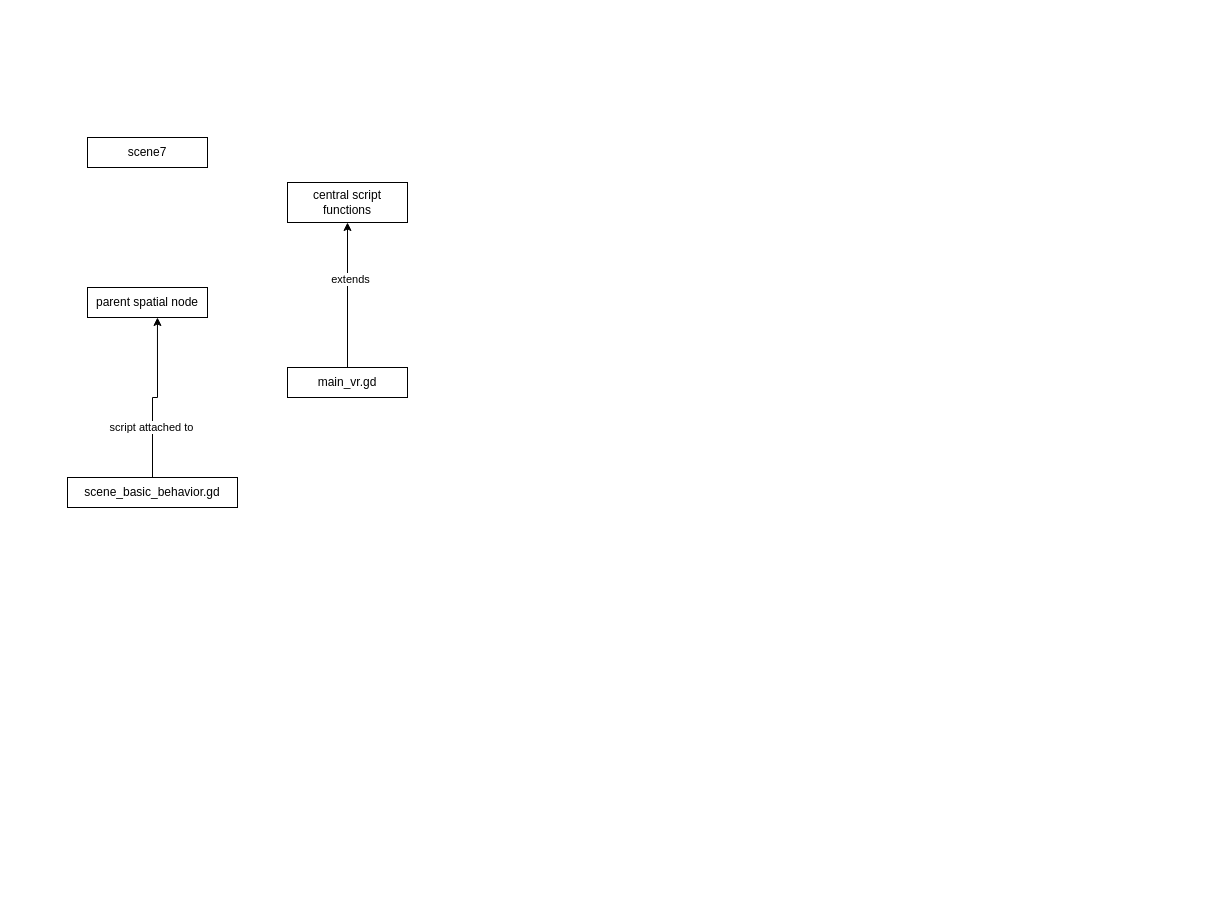
Earlier version of the draw.io diagram diagrams/phyto_vr_components_relationship.drawio (DevinBayly/diagrams-net). Source tidied: cells renumbered, new cells numbered last; positions are measured from the earlier drawing's top-left corner, leaving out a move shared by most shapes. Both pictures are drawn from the tidied source at 100%, with x=0, y=0 at pixel (67, 137).
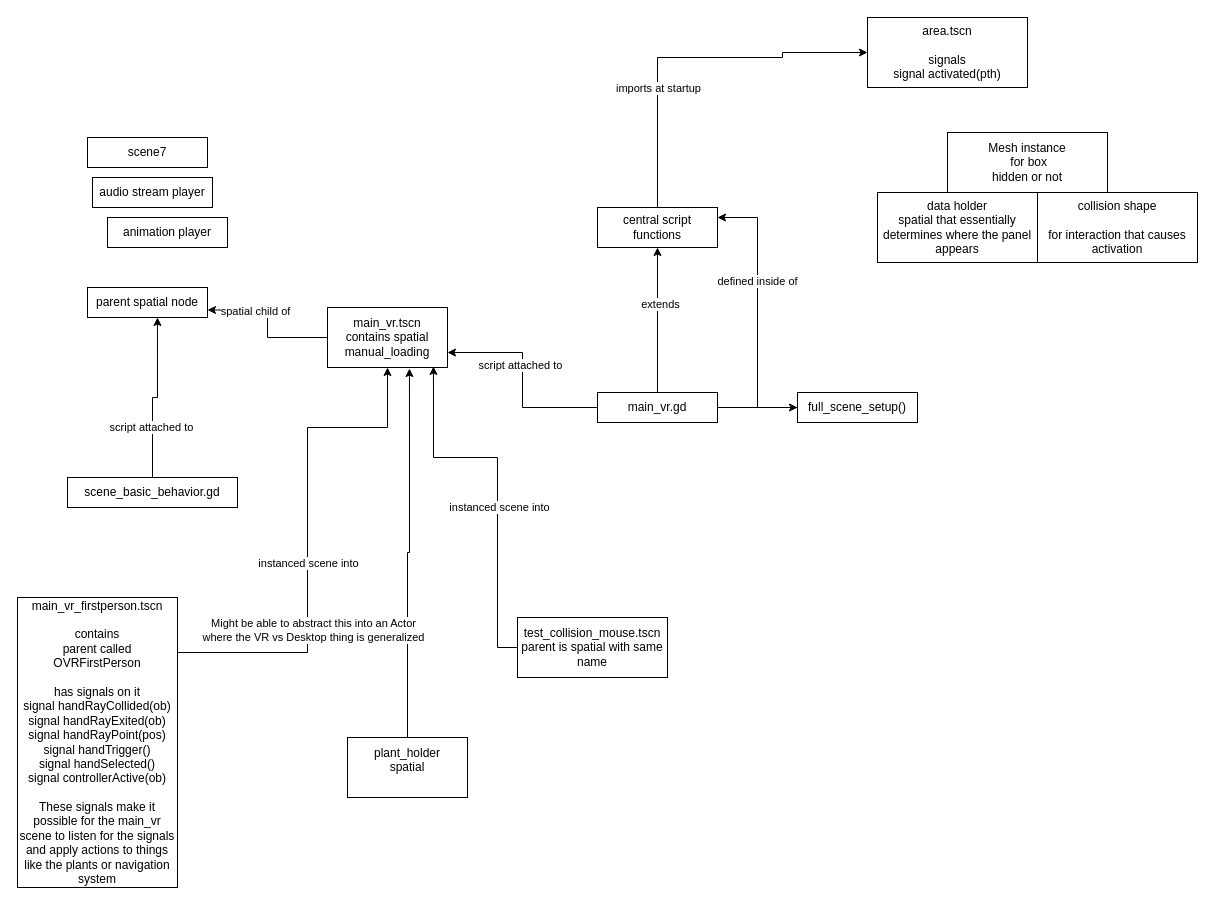
The same page after the edit.

Unchanged cells that the change refers to:
```xml
<mxCell id="2" value="parent spatial node" style="rounded=0;whiteSpace=wrap;html=1;fixedWidth=1;" parent="1" vertex="1">
  <mxGeometry x="20" y="150" width="120" height="30" as="geometry" />
</mxCell>
```

What changed in the source:
```diff
@@
+    <mxCell id="12" style="edgeStyle=orthogonalEdgeStyle;rounded=0;jettySize=auto;html=1;entryX=0;entryY=0.5;entryDx=0;entryDy=0;" parent="1" edge="1" source="3" target="34">
+      <mxGeometry relative="1" as="geometry">
+        <Array as="points">
+          <mxPoint x="590" y="-80" />
+          <mxPoint x="715" y="-80" />
+          <mxPoint x="715" y="-85" />
+        </Array>
+      </mxGeometry>
+    </mxCell>
+    <mxCell id="13" value="imports at startup" style="edgeLabel;html=1;align=center;verticalAlign=middle;" parent="12" vertex="1">
+      <mxGeometry x="-0.34" relative="1" as="geometry" />
+    </mxCell>
     <mxCell id="3" value="central script functions" style="rounded=0;whiteSpace=wrap;html=1;fixedWidth=1;" parent="1" vertex="1">
-      <mxGeometry x="220" y="45" width="120" height="40" as="geometry" />
+      <mxGeometry x="530" y="70" width="120" height="40" as="geometry" />
     </mxCell>
@@
+    <mxCell id="14" style="edgeStyle=orthogonalEdgeStyle;rounded=0;jettySize=auto;html=1;" parent="1" edge="1" source="6" target="21">
+      <mxGeometry relative="1" as="geometry" />
+    </mxCell>
+    <mxCell id="15" style="edgeStyle=orthogonalEdgeStyle;rounded=0;jettySize=auto;html=1;entryX=1;entryY=0.75;entryDx=0;entryDy=0;" parent="1" edge="1" source="6" target="24">
+      <mxGeometry relative="1" as="geometry" />
+    </mxCell>
+    <mxCell id="16" value="script attached to" style="edgeLabel;html=1;align=center;verticalAlign=middle;" parent="15" vertex="1">
+      <mxGeometry x="0.15" y="3" relative="1" as="geometry" />
+    </mxCell>
     <mxCell id="6" value="main_vr.gd" style="rounded=0;whiteSpace=wrap;html=1;fixedWidth=1;" parent="1" vertex="1">
-      <mxGeometry x="220" y="230" width="120" height="30" as="geometry" />
+      <mxGeometry x="530" y="255" width="120" height="30" as="geometry" />
     </mxCell>
@@
+    <mxCell id="17" value="audio stream player" style="rounded=0;whiteSpace=wrap;html=1;fixedWidth=1;" parent="1" vertex="1">
+      <mxGeometry x="25" y="40" width="120" height="30" as="geometry" />
+    </mxCell>
+    <mxCell id="18" value="animation player" style="rounded=0;whiteSpace=wrap;html=1;fixedWidth=1;" parent="1" vertex="1">
+      <mxGeometry x="40" y="80" width="120" height="30" as="geometry" />
+    </mxCell>
+    <mxCell id="19" style="edgeStyle=orthogonalEdgeStyle;rounded=0;jettySize=auto;html=1;entryX=1;entryY=0.25;entryDx=0;entryDy=0;" parent="1" edge="1" source="21" target="3">
+      <mxGeometry relative="1" as="geometry" />
+    </mxCell>
+    <mxCell id="20" value="defined inside of" style="edgeLabel;html=1;align=center;verticalAlign=middle;" parent="19" vertex="1">
+      <mxGeometry x="0.24" y="1" relative="1" as="geometry" />
+    </mxCell>
+    <mxCell id="21" value="full_scene_setup()" style="rounded=0;whiteSpace=wrap;html=1;fixedWidth=1;" parent="1" vertex="1">
+      <mxGeometry x="730" y="255" width="120" height="30" as="geometry" />
+    </mxCell>
+    <mxCell id="22" style="edgeStyle=orthogonalEdgeStyle;rounded=0;jettySize=auto;html=1;entryX=1;entryY=0.75;entryDx=0;entryDy=0;" parent="1" edge="1" source="24" target="2">
+      <mxGeometry relative="1" as="geometry" />
+    </mxCell>
+    <mxCell id="23" value="spatial child of" style="edgeLabel;html=1;align=center;verticalAlign=middle;" parent="22" vertex="1">
+      <mxGeometry x="0.36" y="1" relative="1" as="geometry" />
+    </mxCell>
+    <mxCell id="24" value="&lt;div&gt;main_vr.tscn &lt;br&gt;&lt;/div&gt;&lt;div&gt;contains spatial manual_loading&lt;/div&gt;" style="rounded=0;whiteSpace=wrap;html=1;fixedWidth=1;" parent="1" vertex="1">
+      <mxGeometry x="260" y="170" width="120" height="60" as="geometry" />
+    </mxCell>
+    <mxCell id="25" style="edgeStyle=orthogonalEdgeStyle;rounded=0;jettySize=auto;html=1;entryX=0.683;entryY=1.017;entryDx=0;entryDy=0;entryPerimeter=0;" parent="1" edge="1" source="26" target="24">
+      <mxGeometry relative="1" as="geometry" />
+    </mxCell>
+    <mxCell id="26" value="&lt;div&gt;plant_holder&lt;/div&gt;&lt;div&gt;spatial&lt;/div&gt;&lt;div&gt;&lt;br&gt;&lt;/div&gt;" style="rounded=0;whiteSpace=wrap;html=1;fixedWidth=1;" parent="1" vertex="1">
+      <mxGeometry x="280" y="600" width="120" height="60" as="geometry" />
+    </mxCell>
+    <mxCell id="27" style="edgeStyle=orthogonalEdgeStyle;rounded=0;jettySize=auto;html=1;" parent="1" edge="1" source="30" target="24">
+      <mxGeometry relative="1" as="geometry">
+        <Array as="points">
+          <mxPoint x="240" y="515" />
+          <mxPoint x="240" y="290" />
+          <mxPoint x="320" y="290" />
+        </Array>
+      </mxGeometry>
+    </mxCell>
+    <mxCell id="28" value="instanced scene into" style="edgeLabel;html=1;align=center;verticalAlign=middle;" parent="27" vertex="1">
+      <mxGeometry x="-0.11" relative="1" as="geometry" />
+    </mxCell>
+    <mxCell id="29" value="&lt;div&gt;Might be able to abstract this into an Actor &lt;br&gt;&lt;/div&gt;&lt;div&gt;where the VR vs Desktop thing is generalized&lt;br&gt;&lt;/div&gt;" style="edgeLabel;html=1;align=center;verticalAlign=middle;" parent="27" vertex="1">
+      <mxGeometry x="-0.38" y="-5" relative="1" as="geometry" />
+    </mxCell>
+    <mxCell id="30" value="&lt;div&gt;main_vr_firstperson.tscn&lt;/div&gt;&lt;div&gt;&lt;br&gt;&lt;/div&gt;&lt;div&gt;contains &lt;br&gt;&lt;/div&gt;&lt;div&gt;parent called OVRFirstPerson&lt;br&gt;&lt;/div&gt;&lt;div&gt;&lt;br&gt;&lt;/div&gt;&lt;div&gt;has signals on it&lt;/div&gt;&lt;div&gt;signal handRayCollided(ob)&lt;br&gt;signal handRayExited(ob)&lt;br&gt;signal handRayPoint(pos)&lt;br&gt;signal handTrigger()&lt;br&gt;signal handSelected()&lt;br&gt;signal controllerActive(ob)&lt;br&gt;&lt;/div&gt;&lt;div&gt;&lt;br&gt;&lt;/div&gt;&lt;div&gt;These signals make it possible for the main_vr scene to listen for the signals and apply actions to things like the plants or navigation system&lt;br&gt;&lt;/div&gt;" style="rounded=0;whiteSpace=wrap;html=1;fixedWidth=1;" parent="1" vertex="1">
+      <mxGeometry x="-50" y="460" width="160" height="290" as="geometry" />
+    </mxCell>
+    <mxCell id="31" style="edgeStyle=orthogonalEdgeStyle;rounded=0;jettySize=auto;html=1;entryX=0.883;entryY=0.983;entryDx=0;entryDy=0;entryPerimeter=0;" parent="1" edge="1" source="33" target="24">
+      <mxGeometry relative="1" as="geometry">
+        <Array as="points">
+          <mxPoint x="430" y="510" />
+          <mxPoint x="430" y="320" />
+          <mxPoint x="366" y="320" />
+        </Array>
+      </mxGeometry>
+    </mxCell>
+    <mxCell id="32" value="instanced scene into" style="edgeLabel;html=1;align=center;verticalAlign=middle;" parent="31" vertex="1">
+      <mxGeometry x="-0.12" y="-1" relative="1" as="geometry" />
+    </mxCell>
+    <mxCell id="33" value="&lt;div&gt;test_collision_mouse.tscn&lt;/div&gt;&lt;div&gt;parent is spatial with same name&lt;br&gt;&lt;/div&gt;" style="rounded=0;whiteSpace=wrap;html=1;fixedWidth=1;" parent="1" vertex="1">
+      <mxGeometry x="450" y="480" width="150" height="60" as="geometry" />
+    </mxCell>
+    <mxCell id="34" value="&lt;div&gt;area.tscn&lt;/div&gt;&lt;div&gt;&lt;br&gt;&lt;/div&gt;&lt;div&gt;signals &lt;br&gt;&lt;/div&gt;&lt;div&gt;signal activated(pth)&lt;br&gt;&lt;/div&gt;" style="rounded=0;whiteSpace=wrap;html=1;fixedWidth=1;" parent="1" vertex="1">
+      <mxGeometry x="800" y="-120" width="160" height="70" as="geometry" />
+    </mxCell>
+    <mxCell id="35" value="&lt;div&gt;Mesh instance&lt;br&gt;&lt;/div&gt;&lt;div&gt;&amp;nbsp;for box&lt;/div&gt;&lt;div&gt;hidden or not&lt;br&gt;&lt;/div&gt;" style="rounded=0;whiteSpace=wrap;html=1;fixedWidth=1;" parent="1" vertex="1">
+      <mxGeometry x="880" y="-5" width="160" height="60" as="geometry" />
+    </mxCell>
+    <mxCell id="36" value="&lt;div&gt;data holder&lt;/div&gt;&lt;div&gt;spatial that essentially determines where the panel appears&lt;br&gt;&lt;/div&gt;" style="rounded=0;whiteSpace=wrap;html=1;fixedWidth=1;" parent="1" vertex="1">
+      <mxGeometry x="810" y="55" width="160" height="70" as="geometry" />
+    </mxCell>
+    <mxCell id="37" value="&lt;div&gt;collision shape&lt;/div&gt;&lt;div&gt;&lt;br&gt;&lt;/div&gt;&lt;div&gt;for interaction that causes activation&lt;br&gt;&lt;/div&gt;" style="rounded=0;whiteSpace=wrap;html=1;fixedWidth=1;" parent="1" vertex="1">
+      <mxGeometry x="970" y="55" width="160" height="70" as="geometry" />
+    </mxCell>
```
